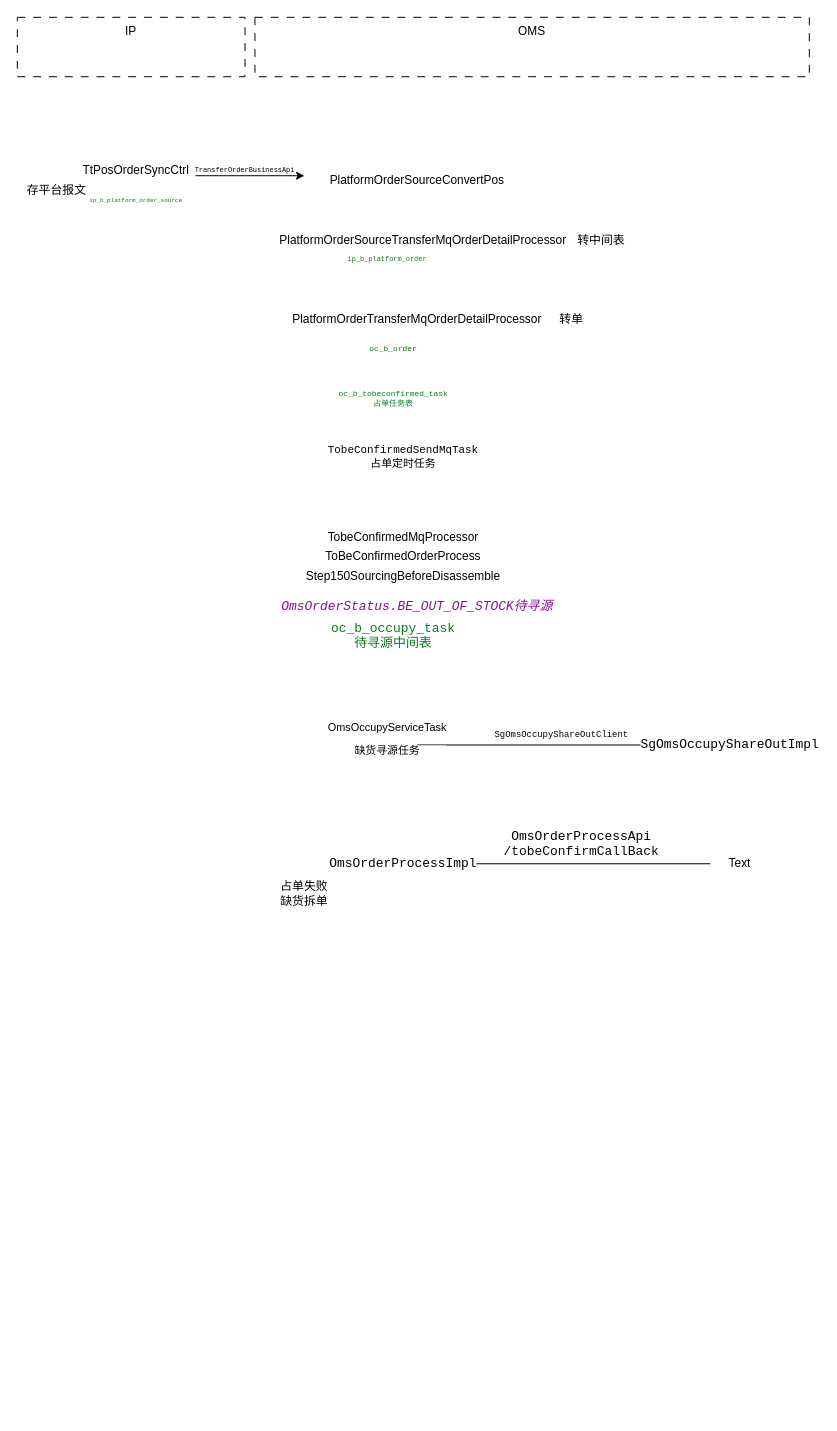
yeahsyoung/diagram keeps this draw.io diagram as VF/roa_o2o/order_flow.drawio. Above is the earlier version. Source tidied: cells renumbered, new cells numbered last; positions are measured from the earlier drawing's top-left corner, leaving out a move shared by most shapes. Both pictures are drawn from the tidied source at 99%, with x=0, y=0 at pixel (17, 17).
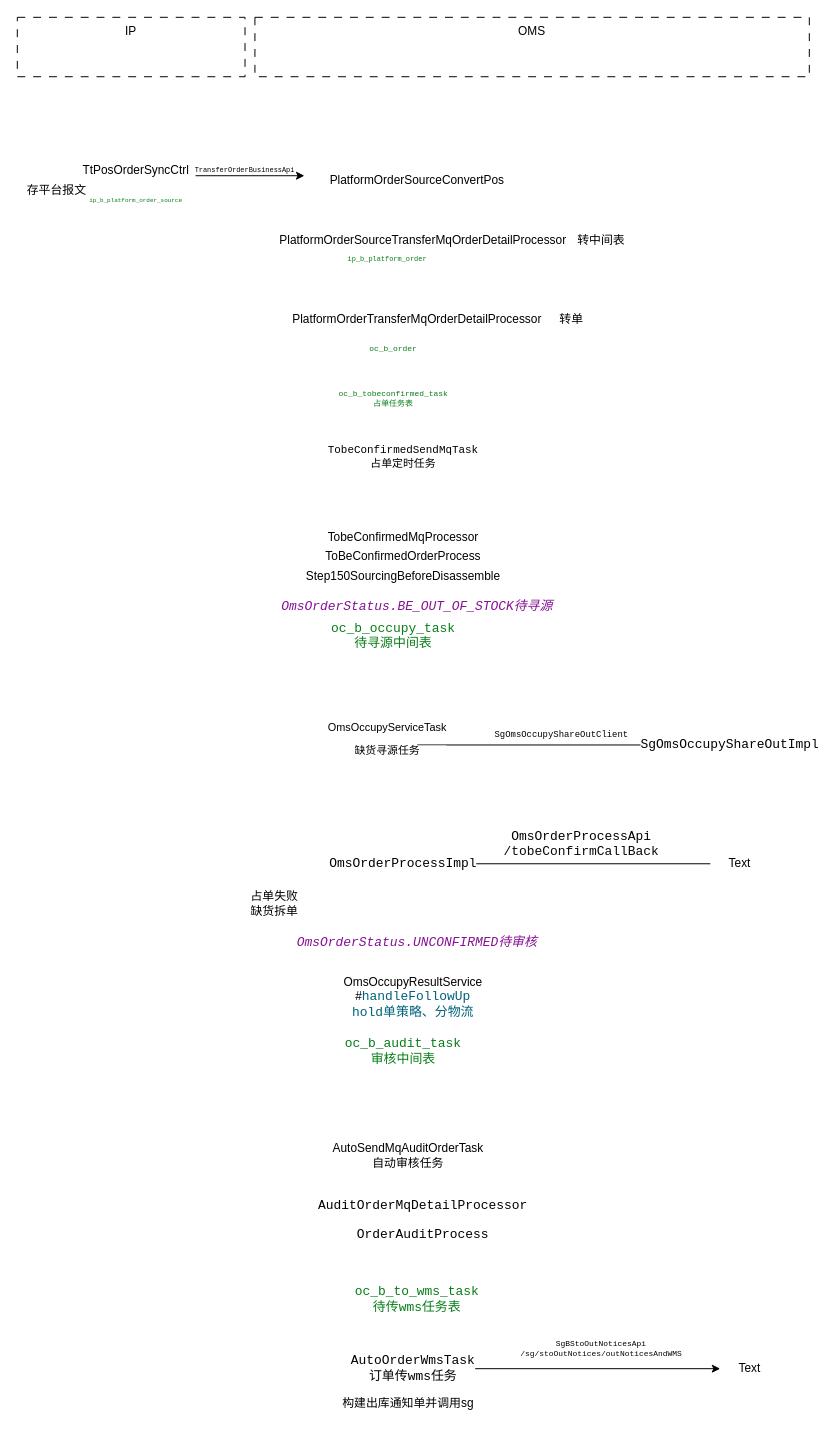
The same page after the edit.

The edit, as a diff of the source:
```diff
@@
     <mxCell id="31" value="占单失败&lt;div&gt;缺货拆单&lt;/div&gt;" style="text;html=1;whiteSpace=wrap;strokeColor=none;fillColor=none;align=center;verticalAlign=middle;rounded=0;" parent="1" vertex="1">
-      <mxGeometry x="260" y="870" width="60" height="30" as="geometry" />
+      <mxGeometry x="230" y="880" width="60" height="30" as="geometry" />
     </mxCell>
+    <mxCell id="32" value="OmsOccupyResultService&lt;div&gt;#&lt;span style=&quot;color: rgb(0, 98, 122); font-family: &amp;quot;JetBrains Mono&amp;quot;, monospace; font-size: 9.8pt; background-color: rgb(255, 255, 255);&quot;&gt;handleFollowUp&lt;/span&gt;&lt;/div&gt;&lt;div&gt;&lt;span style=&quot;color: rgb(0, 98, 122); font-family: &amp;quot;JetBrains Mono&amp;quot;, monospace; font-size: 9.8pt; background-color: rgb(255, 255, 255);&quot;&gt;hold单策略、分物流&lt;/span&gt;&lt;/div&gt;" style="text;html=1;whiteSpace=wrap;strokeColor=none;fillColor=none;align=center;verticalAlign=middle;rounded=0;" parent="1" vertex="1">
+      <mxGeometry x="310" y="960" width="180" height="60" as="geometry" />
+    </mxCell>
+    <mxCell id="33" value="&lt;div style=&quot;background-color:#ffffff;color:#080808&quot;&gt;&lt;pre style=&quot;font-family:'JetBrains Mono',monospace;font-size:9.8pt;&quot;&gt;&lt;span style=&quot;color:#067d17;&quot;&gt;oc_b_audit_task&lt;br&gt;审核中间表&lt;/span&gt;&lt;/pre&gt;&lt;/div&gt;" style="text;html=1;whiteSpace=wrap;strokeColor=none;fillColor=none;align=center;verticalAlign=middle;rounded=0;" parent="1" vertex="1">
+      <mxGeometry x="360" y="1030" width="60" height="30" as="geometry" />
+    </mxCell>
+    <mxCell id="34" value="&lt;pre style=&quot;color: rgb(8, 8, 8); font-family: &amp;quot;JetBrains Mono&amp;quot;, monospace; font-size: 9.8pt;&quot;&gt;&lt;span style=&quot;color: rgb(135, 16, 148); font-style: italic;&quot;&gt;OmsOrderStatus.UNCONFIRMED待审核&lt;/span&gt;&lt;br&gt;&lt;/pre&gt;" style="text;html=1;whiteSpace=wrap;strokeColor=none;fillColor=none;align=center;verticalAlign=middle;rounded=0;" parent="1" vertex="1">
+      <mxGeometry x="374" y="920" width="60" height="30" as="geometry" />
+    </mxCell>
+    <mxCell id="35" value="AutoSendMqAuditOrderTask&lt;div&gt;自动审核任务&lt;/div&gt;" style="text;html=1;whiteSpace=wrap;strokeColor=none;fillColor=none;align=center;verticalAlign=middle;rounded=0;" parent="1" vertex="1">
+      <mxGeometry x="300" y="1130" width="190" height="40" as="geometry" />
+    </mxCell>
+    <mxCell id="36" value="&lt;div style=&quot;background-color: rgb(255, 255, 255); color: rgb(8, 8, 8);&quot;&gt;&lt;pre style=&quot;font-family:'JetBrains Mono',monospace;font-size:9.8pt;&quot;&gt;&lt;span style=&quot;color: rgb(0, 0, 0);&quot;&gt;AuditOrderMqDetailProcessor&lt;br&gt;&lt;div style=&quot;color: rgb(8, 8, 8);&quot;&gt;&lt;pre style=&quot;font-family:'JetBrains Mono',monospace;font-size:9.8pt;&quot;&gt;&lt;span style=&quot;color:#000000;&quot;&gt;OrderAuditProcess&lt;/span&gt;&lt;/pre&gt;&lt;/div&gt;&lt;/span&gt;&lt;/pre&gt;&lt;/div&gt;" style="text;html=1;whiteSpace=wrap;strokeColor=none;fillColor=none;align=center;verticalAlign=middle;rounded=0;" parent="1" vertex="1">
+      <mxGeometry x="270" y="1180" width="280" height="70" as="geometry" />
+    </mxCell>
+    <mxCell id="37" value="&lt;div style=&quot;background-color:#ffffff;color:#080808&quot;&gt;&lt;pre style=&quot;font-family:'JetBrains Mono',monospace;font-size:9.8pt;&quot;&gt;&lt;span style=&quot;color:#067d17;&quot;&gt;oc_b_to_wms_task&lt;br&gt;待传wms任务表&lt;/span&gt;&lt;/pre&gt;&lt;/div&gt;" style="text;html=1;whiteSpace=wrap;strokeColor=none;fillColor=none;align=center;verticalAlign=middle;rounded=0;" parent="1" vertex="1">
+      <mxGeometry x="374" y="1280" width="60" height="30" as="geometry" />
+    </mxCell>
+    <mxCell id="38" style="edgeStyle=orthogonalEdgeStyle;rounded=0;jettySize=auto;html=1;exitX=1;exitY=0.5;exitDx=0;exitDy=0;entryX=0;entryY=0.5;entryDx=0;entryDy=0;" parent="1" edge="1" source="39" target="40">
+      <mxGeometry relative="1" as="geometry" />
+    </mxCell>
+    <mxCell id="39" value="&lt;div style=&quot;background-color: rgb(255, 255, 255); color: rgb(8, 8, 8);&quot;&gt;&lt;pre style=&quot;font-family:'JetBrains Mono',monospace;font-size:9.8pt;&quot;&gt;&lt;span style=&quot;color: rgb(0, 0, 0);&quot;&gt;AutoOrderWmsTask&lt;br&gt;订单传wms任务&lt;br&gt;&lt;/span&gt;&lt;/pre&gt;&lt;/div&gt;" style="text;html=1;whiteSpace=wrap;strokeColor=none;fillColor=none;align=center;verticalAlign=middle;rounded=0;" parent="1" vertex="1">
+      <mxGeometry x="370" y="1350" width="60" height="30" as="geometry" />
+    </mxCell>
+    <mxCell id="40" value="Text" style="text;html=1;whiteSpace=wrap;strokeColor=none;fillColor=none;align=center;verticalAlign=middle;rounded=0;" parent="1" vertex="1">
+      <mxGeometry x="710" y="1350" width="60" height="30" as="geometry" />
+    </mxCell>
+    <mxCell id="41" value="&lt;div style=&quot;background-color: rgb(255, 255, 255); color: rgb(8, 8, 8);&quot;&gt;&lt;pre style=&quot;font-family: &amp;quot;JetBrains Mono&amp;quot;, monospace;&quot;&gt;&lt;span style=&quot;color: rgb(0, 0, 0);&quot;&gt;SgBStoOutNoticesApi&lt;br&gt;&lt;/span&gt;/sg/stoOutNotices/outNoticesAndWMS&lt;/pre&gt;&lt;/div&gt;" style="text;html=1;whiteSpace=wrap;strokeColor=none;fillColor=none;align=center;verticalAlign=middle;rounded=0;fontSize=8;" parent="1" vertex="1">
+      <mxGeometry x="560" y="1330" width="60" height="30" as="geometry" />
+    </mxCell>
+    <mxCell id="42" value="构建出库通知单并调用sg" style="text;html=1;whiteSpace=wrap;strokeColor=none;fillColor=none;align=center;verticalAlign=middle;rounded=0;" parent="1" vertex="1">
+      <mxGeometry x="325" y="1390" width="140" height="20" as="geometry" />
+    </mxCell>
```
